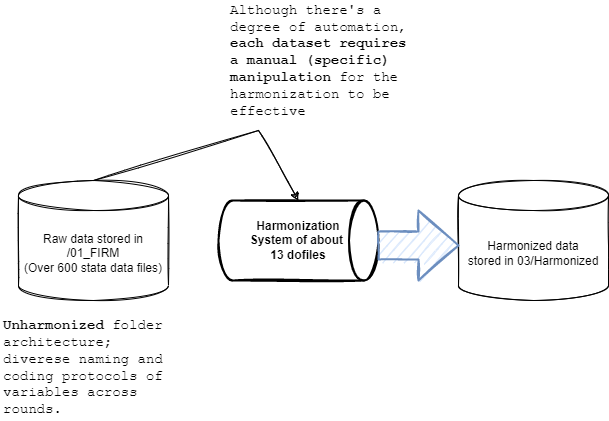
Before: report/Untitled Diagram.drawio.png, a diagram exported from draw.io (araupontones/MLS_concept). Source tidied: cells renumbered, new cells last; positions are measured from the earlier drawing's top-left corner, leaving out a move shared by most shapes. Source of this version:
```xml
<mxGraphModel>
  <root>
    <mxCell id="0" />
    <mxCell id="1" parent="0" />
    <mxCell id="2" value="Harmonization&lt;br&gt;System of about &lt;br&gt;13 dofiles" style="strokeWidth=2;html=1;shape=mxgraph.flowchart.direct_data;align=center;sketch=1;verticalAlign=middle;whiteSpace=wrap;fontStyle=1;" parent="1" vertex="1">
      <mxGeometry x="218" y="200" width="160" height="80" as="geometry" />
    </mxCell>
    <mxCell id="3" style="endArrow=classic;html=1;rounded=0;exitX=0.5;exitY=0;exitDx=0;exitDy=0;exitPerimeter=0;entryX=0.5;entryY=0;entryDx=0;entryDy=0;entryPerimeter=0;sketch=1;" parent="1" edge="1" source="4" target="2">
      <mxGeometry relative="1" as="geometry">
        <Array as="points">
          <mxPoint x="258" y="130" />
        </Array>
      </mxGeometry>
    </mxCell>
    <mxCell id="4" value="Raw data stored in /01_FIRM&lt;br&gt;(Over 600 stata data files)" style="shape=cylinder3;whiteSpace=wrap;html=1;boundedLbl=1;backgroundOutline=1;size=15;sketch=1;" parent="1" vertex="1">
      <mxGeometry x="18" y="180" width="150" height="120" as="geometry" />
    </mxCell>
    <mxCell id="5" value="&lt;b&gt;Unharmonized&lt;/b&gt; folder architecture; diverese naming and coding protocols of variables across rounds." style="text;html=1;strokeColor=none;fillColor=none;align=left;verticalAlign=middle;whiteSpace=wrap;rounded=0;sketch=1;fontFamily=Courier New;fontSize=14;" parent="1" vertex="1">
      <mxGeometry x="0.5" y="314" width="185" height="106" as="geometry" />
    </mxCell>
    <mxCell id="6" value="Harmonized data&lt;br&gt;stored in 03/Harmonized" style="shape=cylinder3;whiteSpace=wrap;html=1;boundedLbl=1;backgroundOutline=1;size=15;sketch=1;" parent="1" vertex="1">
      <mxGeometry x="458" y="180" width="150" height="120" as="geometry" />
    </mxCell>
    <mxCell id="7" style="verticalLabelPosition=bottom;verticalAlign=top;html=1;strokeWidth=2;shape=mxgraph.arrows2.arrow;dy=0.6;dx=40;notch=0;labelBackgroundColor=#D5E8D4;fillColor=#dae8fc;strokeColor=#6c8ebf;sketch=1;" parent="1" vertex="1">
      <mxGeometry x="378" y="210" width="80" height="70" as="geometry" />
    </mxCell>
    <mxCell id="8" value="Although there's a degree of automation, &lt;b&gt;each dataset requires a manual (specific) manipulation&lt;/b&gt; for the harmonization to be effective" style="text;html=1;strokeColor=none;fillColor=none;align=left;verticalAlign=middle;whiteSpace=wrap;rounded=0;sketch=1;fontFamily=Courier New;fontSize=14;" parent="1" vertex="1">
      <mxGeometry x="228" width="190" height="120" as="geometry" />
    </mxCell>
  </root>
</mxGraphModel>
```
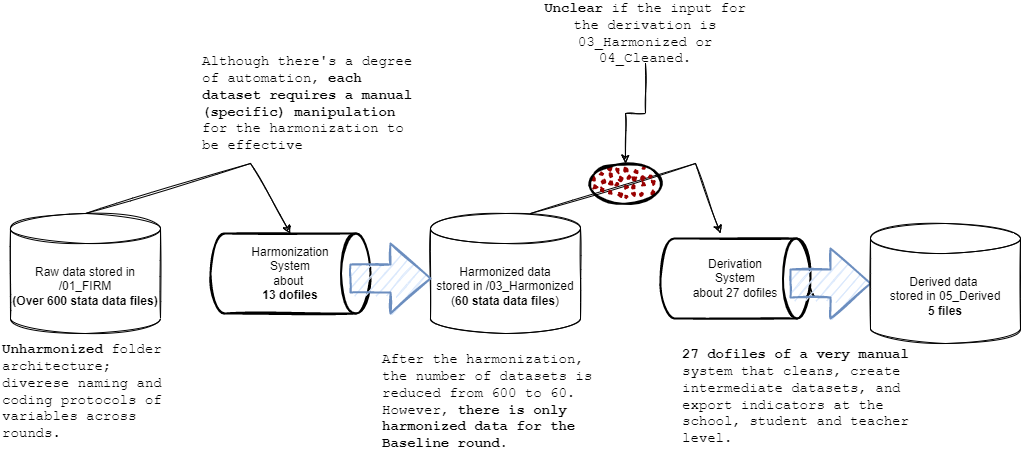
The same file after the commit.

What changed in the source:
```diff
@@ -2,7 +2,7 @@
   <root>
     <mxCell id="0" />
     <mxCell id="1" parent="0" />
-    <mxCell id="2" value="Harmonization&lt;br&gt;System of about &lt;br&gt;13 dofiles" style="strokeWidth=2;html=1;shape=mxgraph.flowchart.direct_data;align=center;sketch=1;verticalAlign=middle;whiteSpace=wrap;fontStyle=1;" parent="1" vertex="1">
+    <mxCell id="2" value="&lt;span style=&quot;font-weight: normal&quot;&gt;Harmonization&lt;/span&gt;&lt;br&gt;&lt;span style=&quot;font-weight: normal&quot;&gt;System&lt;/span&gt;&lt;br&gt;&lt;span style=&quot;font-weight: normal&quot;&gt;about &lt;/span&gt;&lt;br&gt;13 dofiles" style="strokeWidth=2;html=1;shape=mxgraph.flowchart.direct_data;align=center;verticalAlign=middle;whiteSpace=wrap;fontStyle=1;sketch=1;" parent="1" vertex="1">
       <mxGeometry x="218" y="200" width="160" height="80" as="geometry" />
     </mxCell>
     <mxCell id="3" style="endArrow=classic;html=1;rounded=0;exitX=0.5;exitY=0;exitDx=0;exitDy=0;exitPerimeter=0;entryX=0.5;entryY=0;entryDx=0;entryDy=0;entryPerimeter=0;sketch=1;" parent="1" edge="1" source="4" target="2">
@@ -12,20 +12,56 @@
         </Array>
       </mxGeometry>
     </mxCell>
-    <mxCell id="4" value="Raw data stored in /01_FIRM&lt;br&gt;(Over 600 stata data files)" style="shape=cylinder3;whiteSpace=wrap;html=1;boundedLbl=1;backgroundOutline=1;size=15;sketch=1;" parent="1" vertex="1">
+    <mxCell id="4" value="Raw data stored in /01_FIRM&lt;br&gt;&lt;b&gt;(Over 600 stata data files)&lt;/b&gt;" style="shape=cylinder3;whiteSpace=wrap;html=1;boundedLbl=1;backgroundOutline=1;size=15;sketch=1;" parent="1" vertex="1">
       <mxGeometry x="18" y="180" width="150" height="120" as="geometry" />
     </mxCell>
-    <mxCell id="5" value="&lt;b&gt;Unharmonized&lt;/b&gt; folder architecture; diverese naming and coding protocols of variables across rounds." style="text;html=1;strokeColor=none;fillColor=none;align=left;verticalAlign=middle;whiteSpace=wrap;rounded=0;sketch=1;fontFamily=Courier New;fontSize=14;" parent="1" vertex="1">
-      <mxGeometry x="0.5" y="314" width="185" height="106" as="geometry" />
+    <mxCell id="5" value="&lt;b&gt;Unharmonized&lt;/b&gt; folder architecture; diverese naming and coding protocols of variables across rounds." style="text;html=1;strokeColor=none;fillColor=none;align=left;verticalAlign=middle;whiteSpace=wrap;rounded=0;fontFamily=Courier New;fontSize=14;sketch=1;" parent="1" vertex="1">
+      <mxGeometry x="8" y="305" width="185" height="106" as="geometry" />
     </mxCell>
-    <mxCell id="6" value="Harmonized data&lt;br&gt;stored in 03/Harmonized" style="shape=cylinder3;whiteSpace=wrap;html=1;boundedLbl=1;backgroundOutline=1;size=15;sketch=1;" parent="1" vertex="1">
-      <mxGeometry x="458" y="180" width="150" height="120" as="geometry" />
+    <mxCell id="6" value="Harmonized data&lt;br&gt;stored in /03_Harmonized&lt;br&gt;(&lt;b&gt;60 stata data files&lt;/b&gt;)" style="shape=cylinder3;whiteSpace=wrap;html=1;boundedLbl=1;backgroundOutline=1;size=15;sketch=1;" parent="1" vertex="1">
+      <mxGeometry x="438" y="180" width="150" height="120" as="geometry" />
     </mxCell>
     <mxCell id="7" style="verticalLabelPosition=bottom;verticalAlign=top;html=1;strokeWidth=2;shape=mxgraph.arrows2.arrow;dy=0.6;dx=40;notch=0;labelBackgroundColor=#D5E8D4;fillColor=#dae8fc;strokeColor=#6c8ebf;sketch=1;" parent="1" vertex="1">
-      <mxGeometry x="378" y="210" width="80" height="70" as="geometry" />
+      <mxGeometry x="358" y="210" width="80" height="70" as="geometry" />
     </mxCell>
-    <mxCell id="8" value="Although there's a degree of automation, &lt;b&gt;each dataset requires a manual (specific) manipulation&lt;/b&gt; for the harmonization to be effective" style="text;html=1;strokeColor=none;fillColor=none;align=left;verticalAlign=middle;whiteSpace=wrap;rounded=0;sketch=1;fontFamily=Courier New;fontSize=14;" parent="1" vertex="1">
-      <mxGeometry x="228" width="190" height="120" as="geometry" />
+    <mxCell id="8" value="Although there's a degree of automation, &lt;b&gt;each dataset requires a manual (specific) manipulation&lt;/b&gt; for the harmonization to be effective" style="text;html=1;strokeColor=none;fillColor=none;align=left;verticalAlign=middle;whiteSpace=wrap;rounded=0;fontFamily=Courier New;fontSize=14;sketch=1;" parent="1" vertex="1">
+      <mxGeometry x="208" y="10" width="220" height="120" as="geometry" />
     </mxCell>
+    <mxCell id="9" value="After the harmonization, the number of datasets is reduced from 600 to 60. However, &lt;b&gt;there is only harmonized data for the Baseline round.&lt;/b&gt;" style="text;html=1;strokeColor=none;fillColor=none;align=left;verticalAlign=middle;whiteSpace=wrap;rounded=0;fontFamily=Courier New;fontSize=14;sketch=1;" parent="1" vertex="1">
+      <mxGeometry x="388" y="300" width="230" height="136" as="geometry" />
+    </mxCell>
+    <mxCell id="10" value="&lt;span style=&quot;font-weight: normal&quot;&gt;Derivation&lt;br&gt;System&lt;br&gt;about 27 dofiles&lt;/span&gt;" style="strokeWidth=2;html=1;shape=mxgraph.flowchart.direct_data;align=center;verticalAlign=middle;whiteSpace=wrap;fontStyle=1;sketch=1;" parent="1" vertex="1">
+      <mxGeometry x="668" y="205" width="150" height="80" as="geometry" />
+    </mxCell>
+    <mxCell id="11" style="endArrow=classic;html=1;rounded=0;exitX=0.5;exitY=0;exitDx=0;exitDy=0;exitPerimeter=0;sketch=1;" parent="1" edge="1">
+      <mxGeometry relative="1" as="geometry">
+        <mxPoint x="538" y="180" as="sourcePoint" />
+        <mxPoint x="728" y="200" as="targetPoint" />
+        <Array as="points">
+          <mxPoint x="703" y="130" />
+        </Array>
+      </mxGeometry>
+    </mxCell>
+    <mxCell id="12" style="ellipse;whiteSpace=wrap;html=1;strokeWidth=2;fillWeight=2;hachureGap=8;fillColor=#990000;fillStyle=dots;sketch=1;" parent="1" vertex="1">
+      <mxGeometry x="598" y="130" width="70" height="40" as="geometry" />
+    </mxCell>
+    <mxCell id="13" style="edgeStyle=orthogonalEdgeStyle;rounded=0;jettySize=auto;html=1;exitX=0;exitY=0;exitDx=20;exitDy=49;exitPerimeter=0;entryX=1;entryY=0.613;entryDx=0;entryDy=0;entryPerimeter=0;sketch=1;" parent="1" edge="1" source="14" target="10">
+      <mxGeometry relative="1" as="geometry" />
+    </mxCell>
+    <mxCell id="14" style="verticalLabelPosition=bottom;verticalAlign=top;html=1;strokeWidth=2;shape=mxgraph.arrows2.arrow;dy=0.6;dx=40;notch=0;labelBackgroundColor=#D5E8D4;fillColor=#dae8fc;strokeColor=#6c8ebf;sketch=1;" parent="1" vertex="1">
+      <mxGeometry x="798" y="215" width="80" height="70" as="geometry" />
+    </mxCell>
+    <mxCell id="15" style="edgeStyle=orthogonalEdgeStyle;rounded=0;jettySize=auto;html=1;sketch=1;" parent="1" edge="1" source="16" target="12">
+      <mxGeometry relative="1" as="geometry" />
+    </mxCell>
+    <mxCell id="16" value="&lt;b&gt;Unclear &lt;/b&gt;if the input for the derivation is 03_Harmonized or 04_Cleaned." style="text;html=1;strokeColor=none;fillColor=none;align=center;verticalAlign=middle;whiteSpace=wrap;rounded=0;fontFamily=Courier New;fontSize=14;sketch=1;" parent="1" vertex="1">
+      <mxGeometry x="538" y="-30" width="230" height="60" as="geometry" />
+    </mxCell>
+    <mxCell id="17" value="Derived data&amp;nbsp;&lt;br&gt;stored in&amp;nbsp;05_Derived&lt;br&gt;&lt;b&gt;5 files&lt;/b&gt;" style="shape=cylinder3;whiteSpace=wrap;html=1;boundedLbl=1;backgroundOutline=1;size=15;sketch=1;" parent="1" vertex="1">
+      <mxGeometry x="878" y="190" width="150" height="120" as="geometry" />
+    </mxCell>
+    <mxCell id="18" value="&lt;b&gt;27&lt;/b&gt; &lt;b&gt;dofiles of a very manual&lt;/b&gt; system that cleans, create intermediate datasets, and export indicators at the school, student and teacher level." style="text;html=1;strokeColor=none;fillColor=none;align=left;verticalAlign=middle;whiteSpace=wrap;rounded=0;fontFamily=Courier New;fontSize=14;sketch=1;" parent="1" vertex="1">
+      <mxGeometry x="688" y="290" width="230" height="146" as="geometry" />
+    </mxCell>
   </root>
 </mxGraphModel>
```
